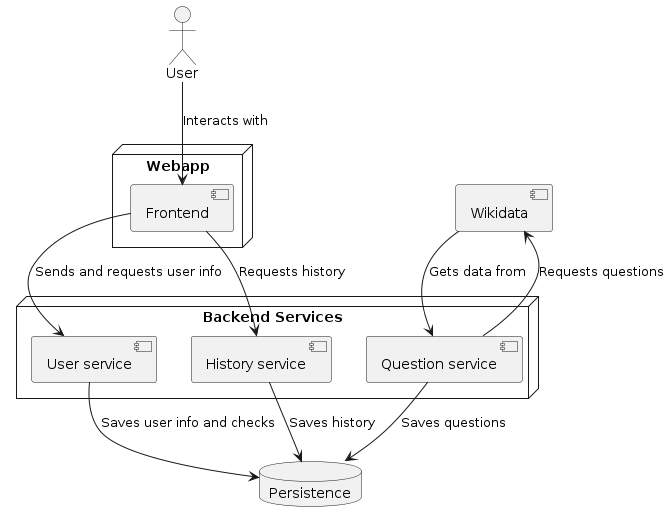
Above: docs/images/doc3-technical_context-diagram.png in Arquisoft/wichat_es3b (PlantUML), before the change.
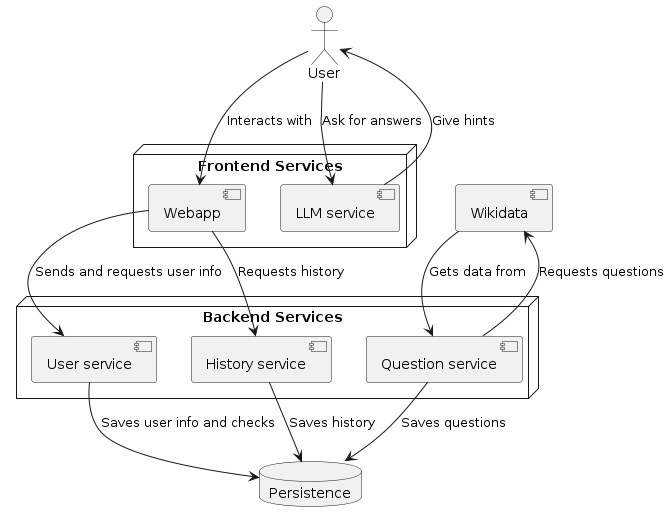
Later version of the same file.

Commit message:
Añadido LLM Servide al diagrama

The edit, as a diff of the source:
```diff
@@ -1,8 +1,9 @@
 @startuml
 actor User
 
-node "Webapp" {
-    [Frontend]
+node "Frontend Services" {
+    [Webapp]
+    [LLM service]
 }
 
 node "Backend Services" {
@@ -14,9 +15,11 @@
 database "Persistence"
 [Wikidata]
 
-User --> Frontend : Interacts with
-Frontend --> "User service" : Sends and requests user info
-Frontend --> "History service" : Requests history
+User --> Webapp : Interacts with
+User --> "LLM service" : Ask for answers
+Webapp --> "User service" : Sends and requests user info
+Webapp --> "History service" : Requests history
+"LLM service" --> User : Give hints
 
 "User service" --> Persistence : Saves user info and checks
 "History service" --> Persistence : Saves history
```
